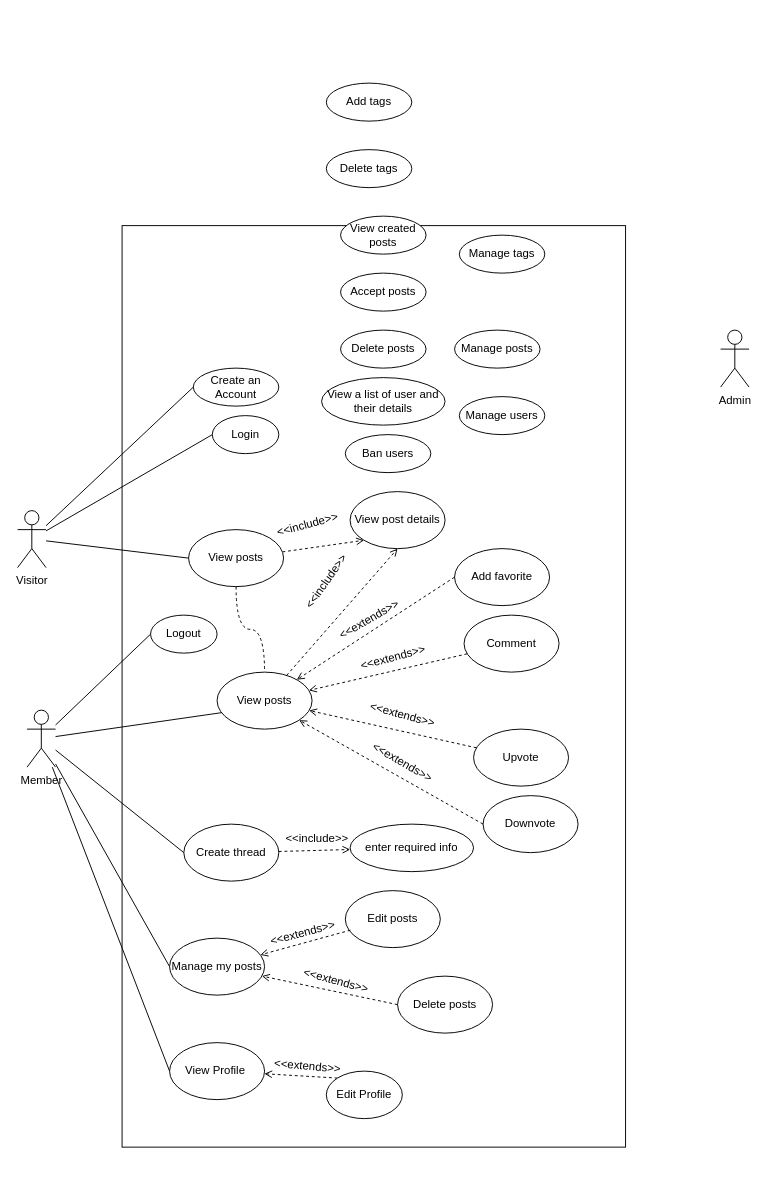
Above: Biểu đồ không có tiêu đề4.drawio in minhduc1222/code_learn (draw.io), before the change. Source tidied: cells renumbered, new cells numbered last; positions are measured from the earlier drawing's top-left corner, leaving out a move shared by most shapes. Both pictures are drawn from the tidied source at 95%, with x=0, y=0 at pixel (17, 83).
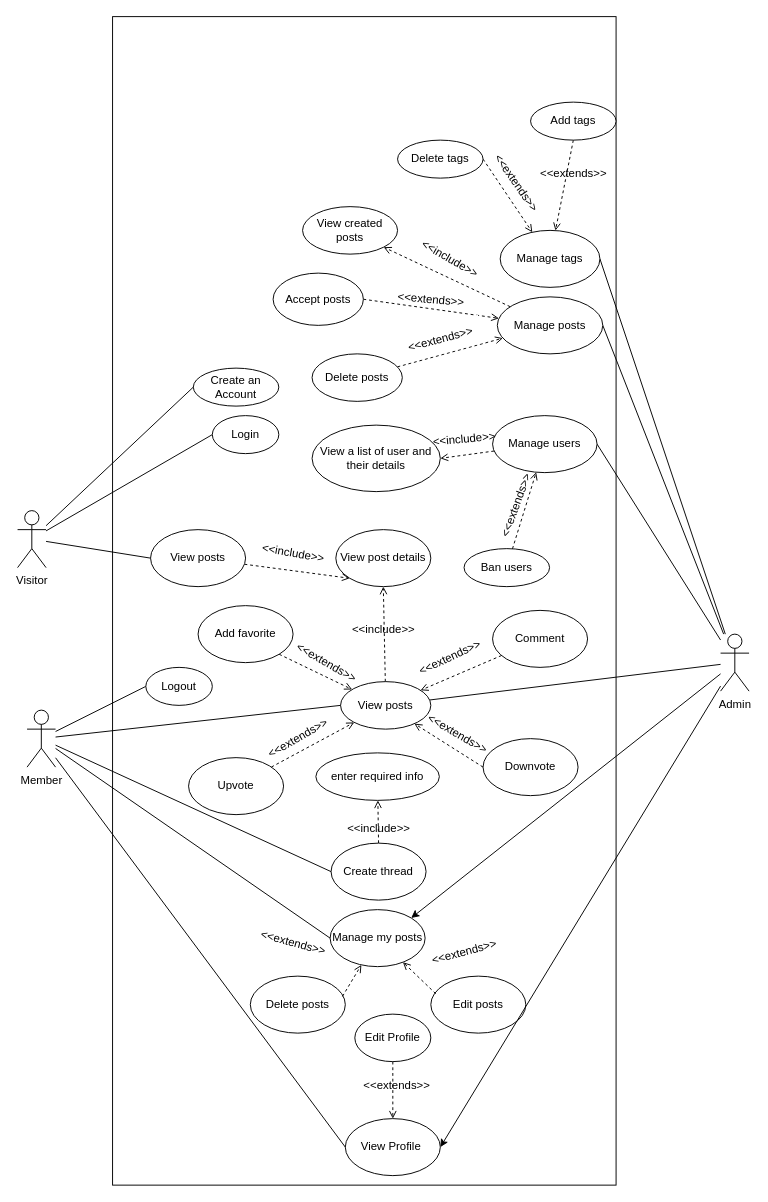
The same page after the edit.

Commit message:
Cập nhật Biểu đồ không có tiêu đề4.drawio

The change refers to these unchanged cells:
```xml
<mxCell id="31" value="Member" style="shape=umlActor;verticalLabelPosition=bottom;verticalAlign=top;html=1;outlineConnect=0;" parent="1" vertex="1">
  <mxGeometry x="10" y="660" width="30" height="60" as="geometry" />
</mxCell>
```

What changed in the source:
```diff
@@
     <mxCell id="2" style="rounded=0;whiteSpace=wrap;html=1;" parent="1" vertex="1">
-      <mxGeometry x="110" y="150" width="530" height="970" as="geometry" />
+      <mxGeometry x="100" y="-70" width="530" height="1230" as="geometry" />
     </mxCell>
@@
-    <mxCell id="10" style="edgeStyle=orthogonalEdgeStyle;rounded=0;jettySize=auto;html=1;curved=1;endArrow=none;endFill=0;dashed=1;" parent="1" edge="1" source="11" target="25">
-      <mxGeometry relative="1" as="geometry" />
-    </mxCell>
     <mxCell id="11" value="View posts" style="ellipse;whiteSpace=wrap;html=1;" parent="1" vertex="1">
-      <mxGeometry x="180" y="470" width="100" height="60" as="geometry" />
+      <mxGeometry x="140" y="470" width="100" height="60" as="geometry" />
     </mxCell>
     <mxCell id="12" value="Add favorite" style="ellipse;whiteSpace=wrap;html=1;" parent="1" vertex="1">
-      <mxGeometry x="460" y="490" width="100" height="60" as="geometry" />
+      <mxGeometry x="190" y="550" width="100" height="60" as="geometry" />
     </mxCell>
     <mxCell id="13" value="Comment" style="ellipse;whiteSpace=wrap;html=1;" parent="1" vertex="1">
-      <mxGeometry x="470" y="560" width="100" height="60" as="geometry" />
+      <mxGeometry x="500" y="555" width="100" height="60" as="geometry" />
     </mxCell>
     <mxCell id="14" value="Upvote" style="ellipse;whiteSpace=wrap;html=1;" parent="1" vertex="1">
-      <mxGeometry x="480" y="680" width="100" height="60" as="geometry" />
+      <mxGeometry x="180" y="710" width="100" height="60" as="geometry" />
     </mxCell>
@@
     <mxCell id="16" value="Create thread" style="ellipse;whiteSpace=wrap;html=1;" parent="1" vertex="1">
-      <mxGeometry x="175" y="780" width="100" height="60" as="geometry" />
+      <mxGeometry x="330" y="800" width="100" height="60" as="geometry" />
     </mxCell>
     <mxCell id="17" value="enter required info" style="ellipse;whiteSpace=wrap;html=1;" parent="1" vertex="1">
-      <mxGeometry x="350" y="780" width="130" height="50" as="geometry" />
+      <mxGeometry x="314" y="705" width="130" height="50" as="geometry" />
     </mxCell>
     <mxCell id="18" value="Delete posts" style="ellipse;whiteSpace=wrap;html=1;" parent="1" vertex="1">
-      <mxGeometry x="400" y="940" width="100" height="60" as="geometry" />
+      <mxGeometry x="245" y="940" width="100" height="60" as="geometry" />
     </mxCell>
     <mxCell id="19" value="Edit posts" style="ellipse;whiteSpace=wrap;html=1;" parent="1" vertex="1">
-      <mxGeometry x="345" y="850" width="100" height="60" as="geometry" />
+      <mxGeometry x="435" y="940" width="100" height="60" as="geometry" />
     </mxCell>
-    <mxCell id="20" style="rounded=0;jettySize=auto;html=1;endArrow=open;endFill=0;dashed=1;exitX=0;exitY=0.5;exitDx=0;exitDy=0;" parent="1" edge="1" source="12" target="25">
+    <mxCell id="20" style="rounded=0;jettySize=auto;html=1;endArrow=open;endFill=0;dashed=1;exitX=1;exitY=1;exitDx=0;exitDy=0;" parent="1" edge="1" source="12" target="25">
       <mxGeometry relative="1" as="geometry" />
     </mxCell>
@@
     <mxCell id="25" value="View posts" style="ellipse;whiteSpace=wrap;html=1;" parent="1" vertex="1">
-      <mxGeometry x="210" y="620" width="100" height="60" as="geometry" />
+      <mxGeometry x="340" y="630" width="95" height="50" as="geometry" />
     </mxCell>
     <mxCell id="26" value="View post details" style="ellipse;whiteSpace=wrap;html=1;" parent="1" vertex="1">
-      <mxGeometry x="350" y="430" width="100" height="60" as="geometry" />
+      <mxGeometry x="335" y="470" width="100" height="60" as="geometry" />
     </mxCell>
@@
     <mxCell id="32" value="Logout" style="ellipse;whiteSpace=wrap;html=1;" parent="1" vertex="1">
-      <mxGeometry x="140" y="560" width="70" height="40" as="geometry" />
+      <mxGeometry x="135" y="615" width="70" height="40" as="geometry" />
     </mxCell>
     <mxCell id="33" value="Downvote" style="ellipse;whiteSpace=wrap;html=1;" parent="1" vertex="1">
-      <mxGeometry x="490" y="750" width="100" height="60" as="geometry" />
+      <mxGeometry x="490" y="690" width="100" height="60" as="geometry" />
     </mxCell>
-    <mxCell id="34" style="rounded=0;jettySize=auto;html=1;endArrow=open;endFill=0;dashed=1;exitX=0;exitY=0.5;exitDx=0;exitDy=0;" parent="1" edge="1" source="18" target="35">
+    <mxCell id="34" style="rounded=0;jettySize=auto;html=1;endArrow=open;endFill=0;dashed=1;exitX=0.97;exitY=0.355;exitDx=0;exitDy=0;exitPerimeter=0;" parent="1" edge="1" source="18" target="35">
       <mxGeometry relative="1" as="geometry" />
     </mxCell>
     <mxCell id="35" value="Manage my posts" style="ellipse;whiteSpace=wrap;html=1;" parent="1" vertex="1">
-      <mxGeometry x="160" y="900" width="100" height="60" as="geometry" />
+      <mxGeometry x="329" y="870" width="100" height="60" as="geometry" />
     </mxCell>
-    <mxCell id="36" style="rounded=0;jettySize=auto;html=1;endArrow=open;endFill=0;dashed=1;exitX=0;exitY=0;exitDx=0;exitDy=0;" parent="1" edge="1" source="38" target="37">
+    <mxCell id="36" style="rounded=0;jettySize=auto;html=1;endArrow=open;endFill=0;dashed=1;exitX=0.5;exitY=1;exitDx=0;exitDy=0;" parent="1" edge="1" source="38" target="37">
       <mxGeometry relative="1" as="geometry" />
     </mxCell>
-    <mxCell id="37" value="View Profile&amp;nbsp;" style="ellipse;whiteSpace=wrap;html=1;" parent="1" vertex="1">
-      <mxGeometry x="160" y="1010" width="100" height="60" as="geometry" />
-    </mxCell>
     <mxCell id="38" value="Edit Profile" style="ellipse;whiteSpace=wrap;html=1;" parent="1" vertex="1">
-      <mxGeometry x="325" y="1040" width="80" height="50" as="geometry" />
+      <mxGeometry x="355" y="980" width="80" height="50" as="geometry" />
     </mxCell>
-    <mxCell id="39" style="rounded=0;jettySize=auto;html=1;entryX=0.052;entryY=0.71;entryDx=0;entryDy=0;entryPerimeter=0;endArrow=none;endFill=0;" parent="1" edge="1" source="31" target="25">
-      <mxGeometry relative="1" as="geometry" />
-    </mxCell>
-    <mxCell id="40" style="rounded=0;jettySize=auto;html=1;endArrow=open;endFill=0;dashed=1;exitX=0.054;exitY=0.694;exitDx=0;exitDy=0;exitPerimeter=0;" parent="1" edge="1" source="19" target="35">
-      <mxGeometry relative="1" as="geometry" />
-    </mxCell>
-    <mxCell id="41" value="&amp;lt;&amp;lt;include&amp;gt;&amp;gt;" style="text;html=1;align=center;verticalAlign=middle;strokeColor=none;fillColor=none;rotation=-15;" parent="1" vertex="1">
-      <mxGeometry x="260" y="450" width="90" height="30" as="geometry" />
+    <mxCell id="41" value="&amp;lt;&amp;lt;include&amp;gt;&amp;gt;" style="text;html=1;align=center;verticalAlign=middle;strokeColor=none;fillColor=none;rotation=10;" parent="1" vertex="1">
+      <mxGeometry x="245" y="480" width="90" height="30" as="geometry" />
     </mxCell>
-    <mxCell id="42" value="&amp;lt;&amp;lt;include&amp;gt;&amp;gt;" style="text;html=1;align=center;verticalAlign=middle;strokeColor=none;fillColor=none;rotation=-55;" parent="1" vertex="1">
-      <mxGeometry x="280" y="510" width="90" height="30" as="geometry" />
-    </mxCell>
-    <mxCell id="43" value="&amp;lt;&amp;lt;extends&amp;gt;&amp;gt;" style="text;html=1;align=center;verticalAlign=middle;strokeColor=none;fillColor=none;rotation=-30;" parent="1" vertex="1">
-      <mxGeometry x="325" y="550" width="90" height="30" as="geometry" />
-    </mxCell>
-    <mxCell id="44" value="&amp;lt;&amp;lt;extends&amp;gt;&amp;gt;" style="text;html=1;align=center;verticalAlign=middle;strokeColor=none;fillColor=none;rotation=-15;" parent="1" vertex="1">
-      <mxGeometry x="350" y="590" width="90" height="30" as="geometry" />
-    </mxCell>
-    <mxCell id="45" value="&amp;lt;&amp;lt;extends&amp;gt;&amp;gt;" style="text;html=1;align=center;verticalAlign=middle;strokeColor=none;fillColor=none;rotation=15;" parent="1" vertex="1">
-      <mxGeometry x="360" y="650" width="90" height="30" as="geometry" />
-    </mxCell>
-    <mxCell id="46" value="&amp;lt;&amp;lt;extends&amp;gt;&amp;gt;" style="text;html=1;align=center;verticalAlign=middle;strokeColor=none;fillColor=none;rotation=30;" parent="1" vertex="1">
-      <mxGeometry x="360" y="700" width="90" height="30" as="geometry" />
-    </mxCell>
-    <mxCell id="47" value="&amp;lt;&amp;lt;include&amp;gt;&amp;gt;" style="text;html=1;align=center;verticalAlign=middle;strokeColor=none;fillColor=none;rotation=0;" parent="1" vertex="1">
-      <mxGeometry x="270" y="780" width="90" height="30" as="geometry" />
-    </mxCell>
-    <mxCell id="48" value="&amp;lt;&amp;lt;extends&amp;gt;&amp;gt;" style="text;html=1;align=center;verticalAlign=middle;strokeColor=none;fillColor=none;rotation=-15;" parent="1" vertex="1">
-      <mxGeometry x="255" y="880" width="90" height="30" as="geometry" />
-    </mxCell>
-    <mxCell id="49" value="&amp;lt;&amp;lt;extends&amp;gt;&amp;gt;" style="text;html=1;align=center;verticalAlign=middle;strokeColor=none;fillColor=none;rotation=15;" parent="1" vertex="1">
-      <mxGeometry x="290" y="930" width="90" height="30" as="geometry" />
-    </mxCell>
-    <mxCell id="50" value="&amp;lt;&amp;lt;extends&amp;gt;&amp;gt;" style="text;html=1;align=center;verticalAlign=middle;strokeColor=none;fillColor=none;rotation=5;" parent="1" vertex="1">
-      <mxGeometry x="260" y="1020" width="90" height="30" as="geometry" />
-    </mxCell>
+    <mxCell id="62" style="rounded=0;jettySize=auto;html=1;entryX=1;entryY=0.5;entryDx=0;entryDy=0;endArrow=none;endFill=0;" parent="1" edge="1" source="51" target="54">
+      <mxGeometry relative="1" as="geometry" />
+    </mxCell>
+    <mxCell id="63" style="rounded=0;jettySize=auto;html=1;entryX=1;entryY=0.5;entryDx=0;entryDy=0;endArrow=none;endFill=0;" parent="1" edge="1" source="51" target="52">
+      <mxGeometry relative="1" as="geometry" />
+    </mxCell>
+    <mxCell id="64" style="rounded=0;jettySize=auto;html=1;entryX=1;entryY=0.5;entryDx=0;entryDy=0;endArrow=none;endFill=0;" parent="1" edge="1" source="51" target="53">
+      <mxGeometry relative="1" as="geometry" />
+    </mxCell>
+    <mxCell id="65" style="rounded=0;jettySize=auto;html=1;entryX=1;entryY=0;entryDx=0;entryDy=0;" parent="1" edge="1" source="51" target="35">
+      <mxGeometry relative="1" as="geometry" />
+    </mxCell>
+    <mxCell id="66" style="rounded=0;jettySize=auto;html=1;entryX=1;entryY=0.5;entryDx=0;entryDy=0;" parent="1" edge="1" source="51" target="37">
+      <mxGeometry relative="1" as="geometry" />
+    </mxCell>
     <mxCell id="51" value="Admin" style="shape=umlActor;verticalLabelPosition=bottom;verticalAlign=top;html=1;outlineConnect=0;" parent="1" vertex="1">
-      <mxGeometry x="740" y="260" width="30" height="60" as="geometry" />
+      <mxGeometry x="740" y="580" width="30" height="60" as="geometry" />
     </mxCell>
+    <mxCell id="67" style="rounded=0;jettySize=auto;html=1;entryX=1;entryY=1;entryDx=0;entryDy=0;dashed=1;endArrow=open;endFill=0;" parent="1" edge="1" source="52" target="59">
+      <mxGeometry relative="1" as="geometry" />
+    </mxCell>
+    <mxCell id="68" style="rounded=0;jettySize=auto;html=1;dashed=1;endArrow=open;endFill=0;exitX=1;exitY=0.5;exitDx=0;exitDy=0;" parent="1" edge="1" source="60" target="52">
+      <mxGeometry relative="1" as="geometry" />
+    </mxCell>
+    <mxCell id="69" style="rounded=0;jettySize=auto;html=1;dashed=1;endArrow=open;endFill=0;" parent="1" edge="1" source="55" target="52">
+      <mxGeometry relative="1" as="geometry" />
+    </mxCell>
     <mxCell id="52" value="Manage posts" style="ellipse;whiteSpace=wrap;html=1;" parent="1" vertex="1">
-      <mxGeometry x="460" y="260" width="90" height="40" as="geometry" />
+      <mxGeometry x="505" y="225" width="111" height="60" as="geometry" />
     </mxCell>
+    <mxCell id="70" style="rounded=0;jettySize=auto;html=1;entryX=1;entryY=0.5;entryDx=0;entryDy=0;dashed=1;endArrow=open;endFill=0;" parent="1" edge="1" source="53" target="61">
+      <mxGeometry relative="1" as="geometry" />
+    </mxCell>
+    <mxCell id="71" style="rounded=0;jettySize=auto;html=1;dashed=1;endArrow=open;endFill=0;" parent="1" edge="1" source="58" target="53">
+      <mxGeometry relative="1" as="geometry" />
+    </mxCell>
     <mxCell id="53" value="Manage users" style="ellipse;whiteSpace=wrap;html=1;" parent="1" vertex="1">
-      <mxGeometry x="465" y="330" width="90" height="40" as="geometry" />
+      <mxGeometry x="500" y="350" width="110" height="60" as="geometry" />
     </mxCell>
+    <mxCell id="72" style="rounded=0;jettySize=auto;html=1;dashed=1;endArrow=open;endFill=0;exitX=0.5;exitY=1;exitDx=0;exitDy=0;" parent="1" edge="1" source="56" target="54">
+      <mxGeometry relative="1" as="geometry" />
+    </mxCell>
+    <mxCell id="73" style="rounded=0;jettySize=auto;html=1;dashed=1;endArrow=open;endFill=0;exitX=1;exitY=0.5;exitDx=0;exitDy=0;" parent="1" edge="1" source="57" target="54">
+      <mxGeometry relative="1" as="geometry" />
+    </mxCell>
     <mxCell id="54" value="Manage tags" style="ellipse;whiteSpace=wrap;html=1;" parent="1" vertex="1">
-      <mxGeometry x="465" y="160" width="90" height="40" as="geometry" />
+      <mxGeometry x="508" y="155" width="105" height="60" as="geometry" />
     </mxCell>
     <mxCell id="55" value="Delete posts" style="ellipse;whiteSpace=wrap;html=1;" parent="1" vertex="1">
-      <mxGeometry x="340" y="260" width="90" height="40" as="geometry" />
+      <mxGeometry x="310" y="285" width="95" height="50" as="geometry" />
     </mxCell>
     <mxCell id="56" value="Add tags" style="ellipse;whiteSpace=wrap;html=1;" parent="1" vertex="1">
-      <mxGeometry x="325" width="90" height="40" as="geometry" />
+      <mxGeometry x="540" y="20" width="90" height="40" as="geometry" />
     </mxCell>
     <mxCell id="57" value="Delete tags" style="ellipse;whiteSpace=wrap;html=1;" parent="1" vertex="1">
-      <mxGeometry x="325" y="70" width="90" height="40" as="geometry" />
+      <mxGeometry x="400" y="60" width="90" height="40" as="geometry" />
     </mxCell>
     <mxCell id="58" value="Ban users" style="ellipse;whiteSpace=wrap;html=1;" parent="1" vertex="1">
-      <mxGeometry x="345" y="370" width="90" height="40" as="geometry" />
+      <mxGeometry x="470" y="490" width="90" height="40" as="geometry" />
     </mxCell>
     <mxCell id="59" value="View created posts" style="ellipse;whiteSpace=wrap;html=1;" parent="1" vertex="1">
-      <mxGeometry x="340" y="140" width="90" height="40" as="geometry" />
+      <mxGeometry x="300" y="130" width="100" height="50" as="geometry" />
     </mxCell>
     <mxCell id="60" value="Accept posts" style="ellipse;whiteSpace=wrap;html=1;" parent="1" vertex="1">
-      <mxGeometry x="340" y="200" width="90" height="40" as="geometry" />
+      <mxGeometry x="269" y="200" width="95" height="55" as="geometry" />
     </mxCell>
     <mxCell id="61" value="View a list of user and their details" style="ellipse;whiteSpace=wrap;html=1;" parent="1" vertex="1">
-      <mxGeometry x="320" y="310" width="130" height="50" as="geometry" />
+      <mxGeometry x="310" y="360" width="135" height="70" as="geometry" />
     </mxCell>
+    <mxCell id="74" value="&amp;lt;&amp;lt;extends&amp;gt;&amp;gt;" style="text;html=1;align=center;verticalAlign=middle;strokeColor=none;fillColor=none;rotation=55;" parent="1" vertex="1">
+      <mxGeometry x="480" y="90" width="90" height="30" as="geometry" />
+    </mxCell>
+    <mxCell id="75" value="&amp;lt;&amp;lt;include&amp;gt;&amp;gt;" style="text;html=1;align=center;verticalAlign=middle;strokeColor=none;fillColor=none;rotation=-5;" parent="1" vertex="1">
+      <mxGeometry x="425" y="360" width="90" height="30" as="geometry" />
+    </mxCell>
+    <mxCell id="76" value="&amp;lt;&amp;lt;extends&amp;gt;&amp;gt;" style="text;html=1;align=center;verticalAlign=middle;strokeColor=none;fillColor=default;rotation=-15;" parent="1" vertex="1">
+      <mxGeometry x="400" y="255" width="90" height="30" as="geometry" />
+    </mxCell>
+    <mxCell id="50" value="&amp;lt;&amp;lt;extends&amp;gt;&amp;gt;" style="text;html=1;align=center;verticalAlign=middle;strokeColor=none;fillColor=none;rotation=5;" parent="1" vertex="1">
+      <mxGeometry x="390" y="212.5" width="90" height="30" as="geometry" />
+    </mxCell>
+    <mxCell id="77" value="&amp;lt;&amp;lt;include&amp;gt;&amp;gt;" style="text;html=1;align=center;verticalAlign=middle;strokeColor=none;fillColor=none;rotation=30;" parent="1" vertex="1">
+      <mxGeometry x="410" y="170" width="90" height="30" as="geometry" />
+    </mxCell>
+    <mxCell id="78" value="&amp;lt;&amp;lt;extends&amp;gt;&amp;gt;" style="text;html=1;align=center;verticalAlign=middle;strokeColor=none;fillColor=none;rotation=-70;" parent="1" vertex="1">
+      <mxGeometry x="480" y="430" width="90" height="30" as="geometry" />
+    </mxCell>
+    <mxCell id="79" style="rounded=0;jettySize=auto;html=1;endArrow=none;endFill=0;" parent="1" edge="1" source="51" target="25">
+      <mxGeometry relative="1" as="geometry" />
+    </mxCell>
+    <mxCell id="40" style="rounded=0;jettySize=auto;html=1;endArrow=open;endFill=0;dashed=1;exitX=0.052;exitY=0.309;exitDx=0;exitDy=0;exitPerimeter=0;" parent="1" edge="1" source="19" target="35">
+      <mxGeometry relative="1" as="geometry" />
+    </mxCell>
+    <mxCell id="37" value="View Profile&amp;nbsp;" style="ellipse;whiteSpace=wrap;html=1;" parent="1" vertex="1">
+      <mxGeometry x="345" y="1090" width="100" height="60" as="geometry" />
+    </mxCell>
+    <mxCell id="80" value="&amp;lt;&amp;lt;extends&amp;gt;&amp;gt;" style="text;html=1;align=center;verticalAlign=middle;strokeColor=none;fillColor=none;rotation=0;" parent="1" vertex="1">
+      <mxGeometry x="540" y="80" width="90" height="30" as="geometry" />
+    </mxCell>
+    <mxCell id="81" value="&amp;lt;&amp;lt;include&amp;gt;&amp;gt;" style="text;html=1;align=center;verticalAlign=middle;strokeColor=none;fillColor=none;rotation=0;" parent="1" vertex="1">
+      <mxGeometry x="340" y="560" width="90" height="30" as="geometry" />
+    </mxCell>
+    <mxCell id="82" value="&amp;lt;&amp;lt;extends&amp;gt;&amp;gt;" style="text;html=1;align=center;verticalAlign=middle;strokeColor=none;fillColor=none;rotation=-25;" parent="1" vertex="1">
+      <mxGeometry x="410" y="590" width="90" height="30" as="geometry" />
+    </mxCell>
+    <mxCell id="83" value="&amp;lt;&amp;lt;extends&amp;gt;&amp;gt;" style="text;html=1;align=center;verticalAlign=middle;strokeColor=none;fillColor=none;rotation=30;" parent="1" vertex="1">
+      <mxGeometry x="418" y="670" width="90" height="30" as="geometry" />
+    </mxCell>
+    <mxCell id="39" style="rounded=0;jettySize=auto;html=1;entryX=0;entryY=0.5;entryDx=0;entryDy=0;endArrow=none;endFill=0;" parent="1" edge="1" source="31" target="25">
+      <mxGeometry relative="1" as="geometry" />
+    </mxCell>
+    <mxCell id="43" value="&amp;lt;&amp;lt;extends&amp;gt;&amp;gt;" style="text;html=1;align=center;verticalAlign=middle;strokeColor=none;fillColor=none;rotation=-30;" parent="1" vertex="1">
+      <mxGeometry x="250" y="675" width="90" height="30" as="geometry" />
+    </mxCell>
+    <mxCell id="84" value="&amp;lt;&amp;lt;extends&amp;gt;&amp;gt;" style="text;html=1;align=center;verticalAlign=middle;strokeColor=none;fillColor=none;rotation=30;" parent="1" vertex="1">
+      <mxGeometry x="280" y="595" width="90" height="30" as="geometry" />
+    </mxCell>
+    <mxCell id="85" value="&amp;lt;&amp;lt;include&amp;gt;&amp;gt;" style="text;html=1;align=center;verticalAlign=middle;strokeColor=none;fillColor=none;rotation=0;" parent="1" vertex="1">
+      <mxGeometry x="335" y="770" width="90" height="30" as="geometry" />
+    </mxCell>
+    <mxCell id="86" value="&amp;lt;&amp;lt;extends&amp;gt;&amp;gt;" style="text;html=1;align=center;verticalAlign=middle;strokeColor=none;fillColor=none;rotation=15;" parent="1" vertex="1">
+      <mxGeometry x="245" y="890" width="90" height="30" as="geometry" />
+    </mxCell>
+    <mxCell id="87" value="&amp;lt;&amp;lt;extends&amp;gt;&amp;gt;" style="text;html=1;align=center;verticalAlign=middle;strokeColor=none;fillColor=none;rotation=-15;" parent="1" vertex="1">
+      <mxGeometry x="425" y="900" width="90" height="30" as="geometry" />
+    </mxCell>
+    <mxCell id="88" value="&amp;lt;&amp;lt;extends&amp;gt;&amp;gt;" style="text;html=1;align=center;verticalAlign=middle;strokeColor=none;fillColor=none;rotation=0;" parent="1" vertex="1">
+      <mxGeometry x="354" y="1040" width="90" height="30" as="geometry" />
+    </mxCell>
```
